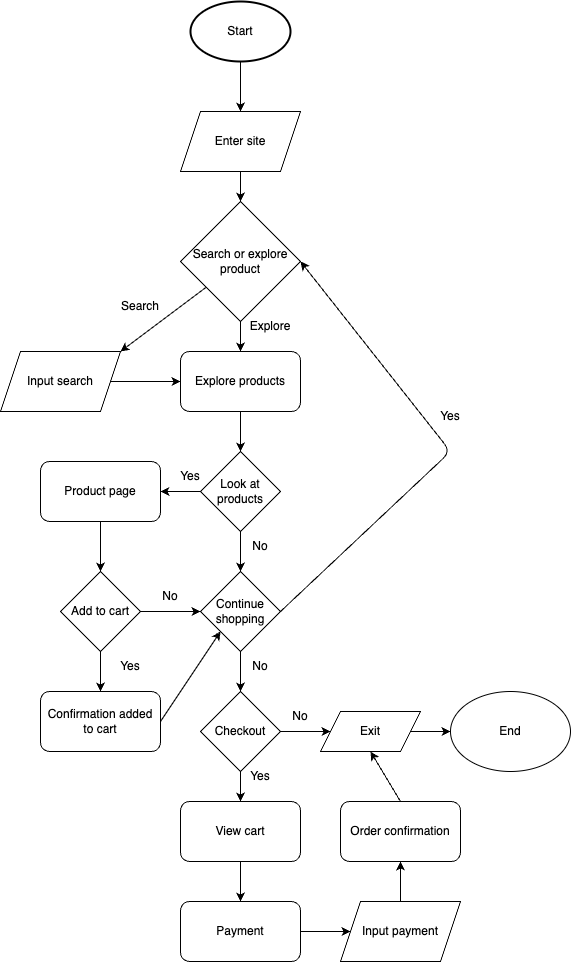
This is explore/diagramming/diagram.drawio.png from Zeyddd/sp24-cse110-lab4, a draw.io export, as it was before one commit. Source tidied: cells renumbered, new cells last; positions are measured from the earlier drawing's top-left corner, leaving out a move shared by most shapes.
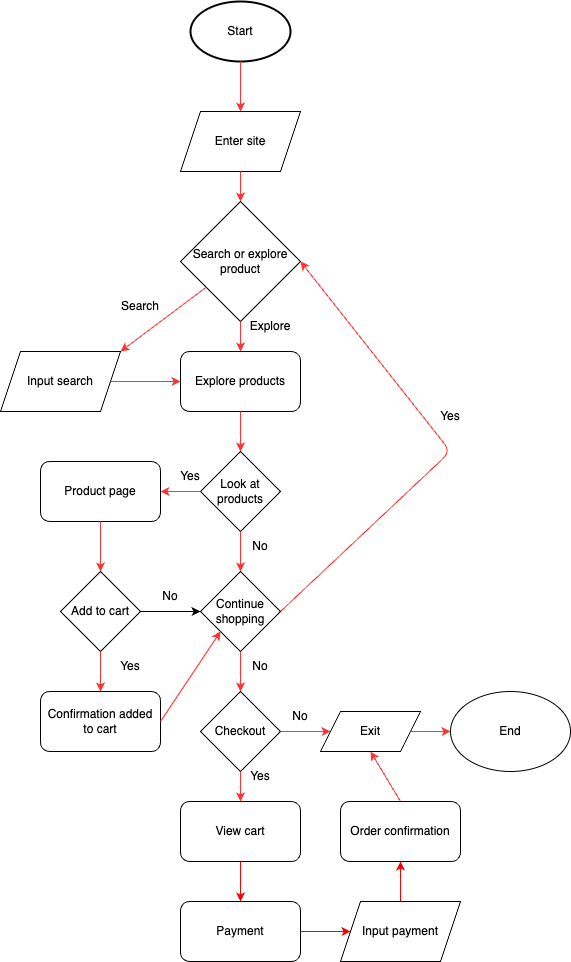
The same file after the commit.

Commit message:
Made diagram more visible

Change to the diagram source:
```diff
@@ -5,16 +5,16 @@
     <mxCell id="2" value="Start" style="strokeWidth=2;html=1;shape=mxgraph.flowchart.start_1;whiteSpace=wrap;" parent="1" vertex="1">
       <mxGeometry x="190" width="100" height="60" as="geometry" />
     </mxCell>
-    <mxCell id="3" style="edgeStyle=none;rounded=1;html=1;exitX=0.5;exitY=0;exitDx=0;exitDy=0;entryX=0.5;entryY=1;entryDx=0;entryDy=0;entryPerimeter=0;startArrow=classic;startFill=1;endArrow=none;endFill=0;" parent="1" edge="1" source="4" target="2">
+    <mxCell id="3" style="edgeStyle=none;rounded=1;html=1;exitX=0.5;exitY=0;exitDx=0;exitDy=0;entryX=0.5;entryY=1;entryDx=0;entryDy=0;entryPerimeter=0;startArrow=classic;startFill=1;endArrow=none;endFill=0;fillColor=#FF3333;strokeColor=#FF3333;" parent="1" edge="1" source="4" target="2">
       <mxGeometry relative="1" as="geometry" />
     </mxCell>
     <mxCell id="4" value="Enter site" style="shape=parallelogram;perimeter=parallelogramPerimeter;whiteSpace=wrap;html=1;fixedSize=1;" parent="1" vertex="1">
       <mxGeometry x="180" y="110" width="120" height="60" as="geometry" />
     </mxCell>
-    <mxCell id="5" style="edgeStyle=none;rounded=1;html=1;exitX=0.5;exitY=0;exitDx=0;exitDy=0;entryX=0.5;entryY=1;entryDx=0;entryDy=0;startArrow=classic;startFill=1;endArrow=none;endFill=0;" parent="1" edge="1" source="7" target="4">
+    <mxCell id="5" style="edgeStyle=none;rounded=1;html=1;exitX=0.5;exitY=0;exitDx=0;exitDy=0;entryX=0.5;entryY=1;entryDx=0;entryDy=0;startArrow=classic;startFill=1;endArrow=none;endFill=0;fillColor=#FF3333;strokeColor=#FF3333;" parent="1" edge="1" source="7" target="4">
       <mxGeometry relative="1" as="geometry" />
     </mxCell>
-    <mxCell id="6" style="edgeStyle=none;rounded=1;html=1;exitX=1;exitY=0.5;exitDx=0;exitDy=0;entryX=1;entryY=0.5;entryDx=0;entryDy=0;startArrow=classic;startFill=1;endArrow=none;endFill=0;" parent="1" edge="1" source="7" target="27">
+    <mxCell id="6" style="edgeStyle=none;rounded=1;html=1;exitX=1;exitY=0.5;exitDx=0;exitDy=0;entryX=1;entryY=0.5;entryDx=0;entryDy=0;startArrow=classic;startFill=1;endArrow=none;endFill=0;fillColor=#FF3333;strokeColor=#FF3333;" parent="1" edge="1" source="7" target="27">
       <mxGeometry relative="1" as="geometry">
         <Array as="points">
           <mxPoint x="450" y="450" />
@@ -24,16 +24,16 @@
     <mxCell id="7" value="Search or explore product" style="rhombus;whiteSpace=wrap;html=1;" parent="1" vertex="1">
       <mxGeometry x="180" y="200" width="120" height="120" as="geometry" />
     </mxCell>
-    <mxCell id="8" style="edgeStyle=none;rounded=1;html=1;exitX=1;exitY=0;exitDx=0;exitDy=0;startArrow=classic;startFill=1;endArrow=none;endFill=0;" parent="1" edge="1" source="9" target="7">
+    <mxCell id="8" style="edgeStyle=none;rounded=1;html=1;exitX=1;exitY=0;exitDx=0;exitDy=0;startArrow=classic;startFill=1;endArrow=none;endFill=0;fillColor=#FF3333;strokeColor=#FF3333;" parent="1" edge="1" source="9" target="7">
       <mxGeometry relative="1" as="geometry" />
     </mxCell>
     <mxCell id="9" value="Input search" style="shape=parallelogram;perimeter=parallelogramPerimeter;whiteSpace=wrap;html=1;fixedSize=1;" parent="1" vertex="1">
       <mxGeometry y="350" width="120" height="60" as="geometry" />
     </mxCell>
-    <mxCell id="10" style="edgeStyle=none;rounded=1;html=1;exitX=0;exitY=0.5;exitDx=0;exitDy=0;entryX=1;entryY=0.5;entryDx=0;entryDy=0;startArrow=classic;startFill=1;endArrow=none;endFill=0;" parent="1" edge="1" source="12" target="9">
+    <mxCell id="10" style="edgeStyle=none;rounded=1;html=1;exitX=0;exitY=0.5;exitDx=0;exitDy=0;entryX=1;entryY=0.5;entryDx=0;entryDy=0;startArrow=classic;startFill=1;endArrow=none;endFill=0;fillColor=#FF3333;strokeColor=#FF3333;" parent="1" edge="1" source="12" target="9">
       <mxGeometry relative="1" as="geometry" />
     </mxCell>
-    <mxCell id="11" style="edgeStyle=none;rounded=1;html=1;exitX=0.5;exitY=0;exitDx=0;exitDy=0;entryX=0.5;entryY=1;entryDx=0;entryDy=0;startArrow=classic;startFill=1;endArrow=none;endFill=0;" parent="1" edge="1" source="12" target="7">
+    <mxCell id="11" style="edgeStyle=none;rounded=1;html=1;exitX=0.5;exitY=0;exitDx=0;exitDy=0;entryX=0.5;entryY=1;entryDx=0;entryDy=0;startArrow=classic;startFill=1;endArrow=none;endFill=0;fillColor=#FF3333;strokeColor=#FF3333;" parent="1" edge="1" source="12" target="7">
       <mxGeometry relative="1" as="geometry" />
     </mxCell>
     <mxCell id="12" value="Explore products" style="rounded=1;whiteSpace=wrap;html=1;" parent="1" vertex="1">
@@ -45,19 +45,19 @@
     <mxCell id="14" value="Explore&lt;br&gt;" style="text;html=1;strokeColor=none;fillColor=none;align=center;verticalAlign=middle;whiteSpace=wrap;rounded=0;" parent="1" vertex="1">
       <mxGeometry x="240" y="310" width="60" height="30" as="geometry" />
     </mxCell>
-    <mxCell id="15" style="edgeStyle=none;rounded=1;html=1;exitX=0.5;exitY=0;exitDx=0;exitDy=0;entryX=0.5;entryY=1;entryDx=0;entryDy=0;startArrow=classic;startFill=1;endArrow=none;endFill=0;" parent="1" edge="1" source="16" target="12">
+    <mxCell id="15" style="edgeStyle=none;rounded=1;html=1;exitX=0.5;exitY=0;exitDx=0;exitDy=0;entryX=0.5;entryY=1;entryDx=0;entryDy=0;startArrow=classic;startFill=1;endArrow=none;endFill=0;fillColor=#FF3333;strokeColor=#FF3333;" parent="1" edge="1" source="16" target="12">
       <mxGeometry relative="1" as="geometry" />
     </mxCell>
     <mxCell id="16" value="Look at products" style="rhombus;whiteSpace=wrap;html=1;" parent="1" vertex="1">
       <mxGeometry x="200" y="450" width="80" height="80" as="geometry" />
     </mxCell>
-    <mxCell id="17" style="edgeStyle=none;rounded=1;html=1;exitX=1;exitY=0.5;exitDx=0;exitDy=0;entryX=0;entryY=0.5;entryDx=0;entryDy=0;startArrow=classic;startFill=1;endArrow=none;endFill=0;" parent="1" edge="1" source="18" target="16">
+    <mxCell id="17" style="edgeStyle=none;rounded=1;html=1;exitX=1;exitY=0.5;exitDx=0;exitDy=0;entryX=0;entryY=0.5;entryDx=0;entryDy=0;startArrow=classic;startFill=1;endArrow=none;endFill=0;fillColor=#FF3333;strokeColor=#FF3333;" parent="1" edge="1" source="18" target="16">
       <mxGeometry relative="1" as="geometry" />
     </mxCell>
     <mxCell id="18" value="Product page" style="rounded=1;whiteSpace=wrap;html=1;" parent="1" vertex="1">
       <mxGeometry x="40" y="460" width="120" height="60" as="geometry" />
     </mxCell>
-    <mxCell id="19" style="edgeStyle=none;rounded=1;html=1;exitX=0.5;exitY=0;exitDx=0;exitDy=0;entryX=0.5;entryY=1;entryDx=0;entryDy=0;startArrow=classic;startFill=1;endArrow=none;endFill=0;" parent="1" edge="1" source="20" target="18">
+    <mxCell id="19" style="edgeStyle=none;rounded=1;html=1;exitX=0.5;exitY=0;exitDx=0;exitDy=0;entryX=0.5;entryY=1;entryDx=0;entryDy=0;startArrow=classic;startFill=1;endArrow=none;endFill=0;fillColor=#FF3333;strokeColor=#FF3333;" parent="1" edge="1" source="20" target="18">
       <mxGeometry relative="1" as="geometry" />
     </mxCell>
     <mxCell id="20" value="Add to cart" style="rhombus;whiteSpace=wrap;html=1;" parent="1" vertex="1">
@@ -75,7 +75,7 @@
     <mxCell id="24" style="edgeStyle=none;rounded=1;html=1;exitX=0;exitY=0.5;exitDx=0;exitDy=0;entryX=1;entryY=0.5;entryDx=0;entryDy=0;startArrow=classic;startFill=1;endArrow=none;endFill=0;" parent="1" edge="1" source="27" target="20">
       <mxGeometry relative="1" as="geometry" />
     </mxCell>
-    <mxCell id="25" style="edgeStyle=none;rounded=1;html=1;exitX=0.5;exitY=0;exitDx=0;exitDy=0;entryX=0.5;entryY=1;entryDx=0;entryDy=0;startArrow=classic;startFill=1;endArrow=none;endFill=0;" parent="1" edge="1" source="27" target="16">
+    <mxCell id="25" style="edgeStyle=none;rounded=1;html=1;exitX=0.5;exitY=0;exitDx=0;exitDy=0;entryX=0.5;entryY=1;entryDx=0;entryDy=0;startArrow=classic;startFill=1;endArrow=none;endFill=0;fillColor=#FF3333;strokeColor=#FF3333;" parent="1" edge="1" source="27" target="16">
       <mxGeometry relative="1" as="geometry" />
     </mxCell>
     <mxCell id="26" style="edgeStyle=none;rounded=1;html=1;exitX=0;exitY=1;exitDx=0;exitDy=0;entryX=1;entryY=0.5;entryDx=0;entryDy=0;startArrow=classic;startFill=1;endArrow=none;endFill=0;" parent="1" edge="1" source="27" target="23">
@@ -96,7 +96,7 @@
     <mxCell id="31" value="Yes" style="text;html=1;strokeColor=none;fillColor=none;align=center;verticalAlign=middle;whiteSpace=wrap;rounded=0;" parent="1" vertex="1">
       <mxGeometry x="420" y="400" width="60" height="30" as="geometry" />
     </mxCell>
-    <mxCell id="32" style="edgeStyle=none;rounded=1;html=1;exitX=0.5;exitY=0;exitDx=0;exitDy=0;entryX=0.5;entryY=1;entryDx=0;entryDy=0;startArrow=classic;startFill=1;endArrow=none;endFill=0;" parent="1" edge="1" source="33" target="27">
+    <mxCell id="32" style="edgeStyle=none;rounded=1;html=1;exitX=0.5;exitY=0;exitDx=0;exitDy=0;entryX=0.5;entryY=1;entryDx=0;entryDy=0;startArrow=classic;startFill=1;endArrow=none;endFill=0;fillColor=#FF3333;strokeColor=#FF3333;" parent="1" edge="1" source="33" target="27">
       <mxGeometry relative="1" as="geometry" />
     </mxCell>
     <mxCell id="33" value="Checkout" style="rhombus;whiteSpace=wrap;html=1;" parent="1" vertex="1">
@@ -105,16 +105,16 @@
     <mxCell id="34" value="No" style="text;html=1;strokeColor=none;fillColor=none;align=center;verticalAlign=middle;whiteSpace=wrap;rounded=0;" parent="1" vertex="1">
       <mxGeometry x="230" y="650" width="60" height="30" as="geometry" />
     </mxCell>
-    <mxCell id="35" style="edgeStyle=none;rounded=1;html=1;exitX=0;exitY=0.5;exitDx=0;exitDy=0;entryX=1;entryY=0.5;entryDx=0;entryDy=0;startArrow=classic;startFill=1;endArrow=none;endFill=0;" parent="1" edge="1" source="37" target="33">
+    <mxCell id="35" style="edgeStyle=none;rounded=1;html=1;exitX=0;exitY=0.5;exitDx=0;exitDy=0;entryX=1;entryY=0.5;entryDx=0;entryDy=0;startArrow=classic;startFill=1;endArrow=none;endFill=0;fillColor=#FF3333;strokeColor=#FF3333;" parent="1" edge="1" source="37" target="33">
       <mxGeometry relative="1" as="geometry" />
     </mxCell>
-    <mxCell id="36" style="edgeStyle=none;rounded=1;html=1;exitX=0.5;exitY=1;exitDx=0;exitDy=0;entryX=0.5;entryY=0;entryDx=0;entryDy=0;startArrow=classic;startFill=1;endArrow=none;endFill=0;" parent="1" edge="1" source="37" target="49">
+    <mxCell id="36" style="edgeStyle=none;rounded=1;html=1;exitX=0.5;exitY=1;exitDx=0;exitDy=0;entryX=0.5;entryY=0;entryDx=0;entryDy=0;startArrow=classic;startFill=1;endArrow=none;endFill=0;fillColor=#FF3333;strokeColor=#FF3333;" parent="1" edge="1" source="37" target="49">
       <mxGeometry relative="1" as="geometry" />
     </mxCell>
     <mxCell id="37" value="Exit" style="shape=parallelogram;perimeter=parallelogramPerimeter;whiteSpace=wrap;html=1;fixedSize=1;" parent="1" vertex="1">
       <mxGeometry x="320" y="710" width="100" height="40" as="geometry" />
     </mxCell>
-    <mxCell id="38" style="edgeStyle=none;rounded=1;html=1;exitX=0;exitY=0.5;exitDx=0;exitDy=0;entryX=1;entryY=0.5;entryDx=0;entryDy=0;startArrow=classic;startFill=1;endArrow=none;endFill=0;" parent="1" edge="1" source="39" target="37">
+    <mxCell id="38" style="edgeStyle=none;rounded=1;html=1;exitX=0;exitY=0.5;exitDx=0;exitDy=0;entryX=1;entryY=0.5;entryDx=0;entryDy=0;startArrow=classic;startFill=1;endArrow=none;endFill=0;fillColor=#FF3333;strokeColor=#FF3333;" parent="1" edge="1" source="39" target="37">
       <mxGeometry relative="1" as="geometry" />
     </mxCell>
     <mxCell id="39" value="End" style="ellipse;whiteSpace=wrap;html=1;" parent="1" vertex="1">
@@ -132,23 +132,41 @@
     <mxCell id="43" value="Yes" style="text;html=1;strokeColor=none;fillColor=none;align=center;verticalAlign=middle;whiteSpace=wrap;rounded=0;" parent="1" vertex="1">
       <mxGeometry x="230" y="760" width="60" height="30" as="geometry" />
     </mxCell>
-    <mxCell id="44" style="edgeStyle=none;rounded=1;html=1;exitX=0.5;exitY=0;exitDx=0;exitDy=0;entryX=0.5;entryY=1;entryDx=0;entryDy=0;startArrow=classic;startFill=1;endArrow=none;endFill=0;" parent="1" edge="1" source="45" target="42">
+    <mxCell id="44" style="edgeStyle=none;rounded=1;html=1;exitX=0.5;exitY=0;exitDx=0;exitDy=0;entryX=0.5;entryY=1;entryDx=0;entryDy=0;startArrow=classic;startFill=1;endArrow=none;endFill=0;strokeColor=#FF0000;" parent="1" edge="1" source="45" target="42">
       <mxGeometry relative="1" as="geometry" />
     </mxCell>
     <mxCell id="45" value="Payment" style="rounded=1;whiteSpace=wrap;html=1;" parent="1" vertex="1">
       <mxGeometry x="180" y="900" width="120" height="60" as="geometry" />
     </mxCell>
-    <mxCell id="46" style="edgeStyle=none;rounded=1;html=1;exitX=0;exitY=0.5;exitDx=0;exitDy=0;entryX=1;entryY=0.5;entryDx=0;entryDy=0;startArrow=classic;startFill=1;endArrow=none;endFill=0;" parent="1" edge="1" source="47" target="45">
+    <mxCell id="46" style="edgeStyle=none;rounded=1;html=1;exitX=0;exitY=0.5;exitDx=0;exitDy=0;entryX=1;entryY=0.5;entryDx=0;entryDy=0;startArrow=classic;startFill=1;endArrow=none;endFill=0;strokeColor=#FF0000;" parent="1" edge="1" source="47" target="45">
       <mxGeometry relative="1" as="geometry" />
     </mxCell>
     <mxCell id="47" value="Input payment" style="shape=parallelogram;perimeter=parallelogramPerimeter;whiteSpace=wrap;html=1;fixedSize=1;" parent="1" vertex="1">
       <mxGeometry x="340" y="900" width="120" height="60" as="geometry" />
     </mxCell>
-    <mxCell id="48" style="edgeStyle=none;rounded=1;html=1;exitX=0.5;exitY=1;exitDx=0;exitDy=0;entryX=0.5;entryY=0;entryDx=0;entryDy=0;startArrow=classic;startFill=1;endArrow=none;endFill=0;" parent="1" edge="1" source="49" target="47">
+    <mxCell id="48" style="edgeStyle=none;rounded=1;html=1;exitX=0.5;exitY=1;exitDx=0;exitDy=0;entryX=0.5;entryY=0;entryDx=0;entryDy=0;startArrow=classic;startFill=1;endArrow=none;endFill=0;strokeColor=#FF0000;" parent="1" edge="1" source="49" target="47">
       <mxGeometry relative="1" as="geometry" />
     </mxCell>
     <mxCell id="49" value="Order confirmation" style="rounded=1;whiteSpace=wrap;html=1;" parent="1" vertex="1">
       <mxGeometry x="340" y="800" width="120" height="60" as="geometry" />
     </mxCell>
+    <mxCell id="50" style="edgeStyle=none;rounded=1;html=1;exitX=0.5;exitY=0;exitDx=0;exitDy=0;entryX=0.5;entryY=1;entryDx=0;entryDy=0;startArrow=classic;startFill=1;endArrow=none;endFill=0;fillColor=#FF3333;strokeColor=#FF3333;" parent="1" edge="1">
+      <mxGeometry relative="1" as="geometry">
+        <mxPoint x="100" y="690" as="sourcePoint" />
+        <mxPoint x="100" y="650" as="targetPoint" />
+      </mxGeometry>
+    </mxCell>
+    <mxCell id="51" style="edgeStyle=none;rounded=1;html=1;exitX=0;exitY=1;exitDx=0;exitDy=0;entryX=1;entryY=0.5;entryDx=0;entryDy=0;startArrow=classic;startFill=1;endArrow=none;endFill=0;fillColor=#FF3333;strokeColor=#FF3333;" parent="1" edge="1">
+      <mxGeometry relative="1" as="geometry">
+        <mxPoint x="220" y="630" as="sourcePoint" />
+        <mxPoint x="160" y="720" as="targetPoint" />
+      </mxGeometry>
+    </mxCell>
+    <mxCell id="52" style="edgeStyle=none;rounded=1;html=1;exitX=0.5;exitY=0;exitDx=0;exitDy=0;entryX=0.5;entryY=1;entryDx=0;entryDy=0;startArrow=classic;startFill=1;endArrow=none;endFill=0;fillColor=#FF3333;strokeColor=#FF3333;" parent="1" edge="1">
+      <mxGeometry relative="1" as="geometry">
+        <mxPoint x="240" y="800" as="sourcePoint" />
+        <mxPoint x="240" y="770" as="targetPoint" />
+      </mxGeometry>
+    </mxCell>
   </root>
 </mxGraphModel>
```
